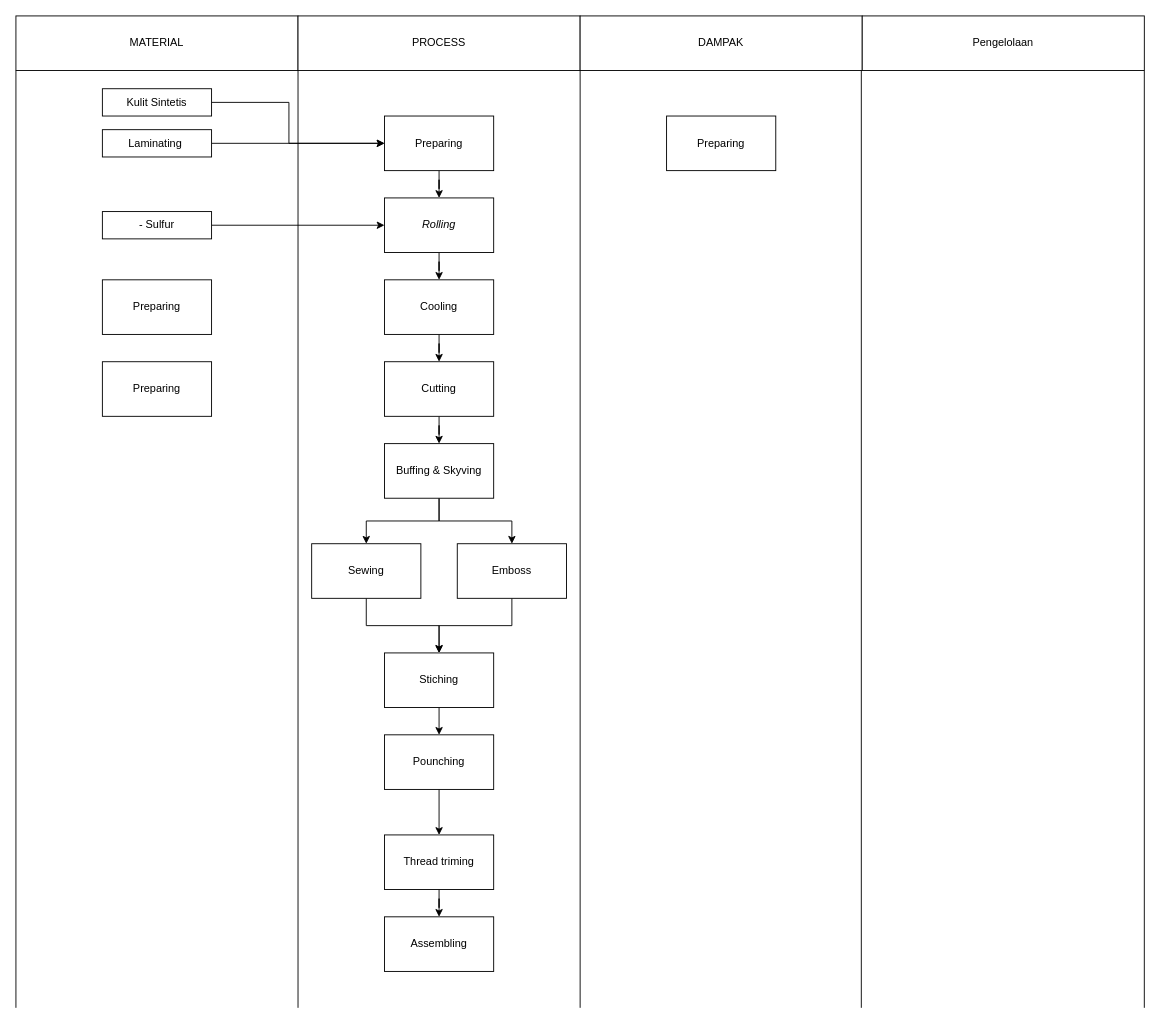
Above: page "Upper Sepatu" (1 of 4) of Diagram Produksi SCI.drawio in famowoiii/api-bangkit (draw.io), before the change. Source tidied: cells renumbered, new cells numbered last; positions are measured from the earlier drawing's top-left corner, leaving out a move shared by most shapes. Both pictures are drawn from the tidied source at 91%, with x=0, y=0 at pixel (15, 15).
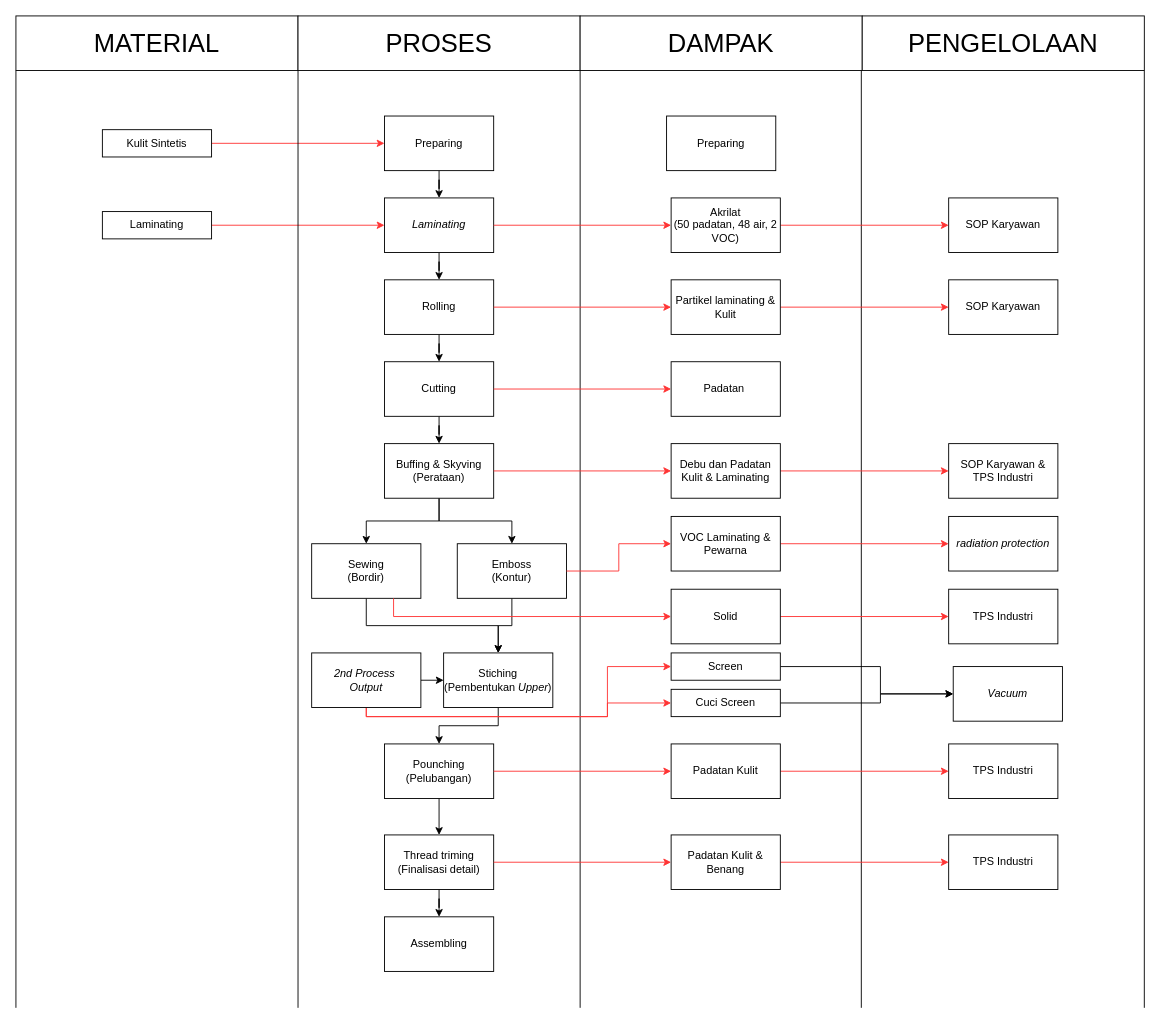
After the change.

Unchanged cells that the change refers to:
```xml
<mxCell id="3" value="Preparing" style="rounded=0;whiteSpace=wrap;html=1;" parent="1" vertex="1">
  <mxGeometry x="405" y="110" width="120" height="60" as="geometry" />
</mxCell>
<mxCell id="10" value="Cutting" style="rounded=0;whiteSpace=wrap;html=1;" parent="1" vertex="1">
  <mxGeometry x="405" y="380" width="120" height="60" as="geometry" />
</mxCell>
```

Diff of the diagram source:
```diff
@@
-    <mxCell id="5" value="&lt;i&gt;Rolling&lt;/i&gt;" style="rounded=0;whiteSpace=wrap;html=1;" parent="1" vertex="1">
+    <mxCell id="5" value="&lt;i&gt;Laminating&lt;/i&gt;" style="rounded=0;whiteSpace=wrap;html=1;" parent="1" vertex="1">
       <mxGeometry x="405" y="200" width="120" height="60" as="geometry" />
     </mxCell>
-    <mxCell id="6" value="MATERIAL" style="rounded=0;whiteSpace=wrap;html=1;" parent="1" vertex="1">
+    <mxCell id="6" value="MATERIAL" style="rounded=0;whiteSpace=wrap;html=1;fontSize=28;" parent="1" vertex="1">
       <mxGeometry width="310" height="60" as="geometry" />
     </mxCell>
@@
-    <mxCell id="8" value="Cooling" style="rounded=0;whiteSpace=wrap;html=1;" parent="1" vertex="1">
+    <mxCell id="8" value="Rolling" style="rounded=0;whiteSpace=wrap;html=1;" parent="1" vertex="1">
       <mxGeometry x="405" y="290" width="120" height="60" as="geometry" />
     </mxCell>
@@
-    <mxCell id="13" value="Buffing &amp;amp; Skyving" style="rounded=0;whiteSpace=wrap;html=1;" parent="1" vertex="1">
+    <mxCell id="13" value="Buffing &amp;amp; Skyving&lt;div&gt;(Perataan)&lt;/div&gt;" style="rounded=0;whiteSpace=wrap;html=1;" parent="1" vertex="1">
       <mxGeometry x="405" y="470" width="120" height="60" as="geometry" />
     </mxCell>
@@
-    <mxCell id="15" value="Sewing" style="rounded=0;whiteSpace=wrap;html=1;" parent="1" vertex="1">
+    <mxCell id="15" value="Sewing&lt;div&gt;(Bordir)&lt;/div&gt;" style="rounded=0;whiteSpace=wrap;html=1;" parent="1" vertex="1">
       <mxGeometry x="325" y="580" width="120" height="60" as="geometry" />
     </mxCell>
@@
-    <mxCell id="17" value="Emboss" style="rounded=0;whiteSpace=wrap;html=1;" parent="1" vertex="1">
+    <mxCell id="17" value="Emboss&lt;div&gt;(Kontur)&lt;/div&gt;" style="rounded=0;whiteSpace=wrap;html=1;" parent="1" vertex="1">
       <mxGeometry x="485" y="580" width="120" height="60" as="geometry" />
     </mxCell>
@@
-    <mxCell id="19" value="Stiching" style="rounded=0;whiteSpace=wrap;html=1;" parent="1" vertex="1">
-      <mxGeometry x="405" y="700" width="120" height="60" as="geometry" />
+    <mxCell id="19" value="Stiching&lt;div&gt;(Pembentukan&amp;nbsp;&lt;i&gt;Upper&lt;/i&gt;)&lt;/div&gt;" style="rounded=0;whiteSpace=wrap;html=1;" parent="1" vertex="1">
+      <mxGeometry x="470" y="700" width="120" height="60" as="geometry" />
     </mxCell>
@@
-    <mxCell id="21" value="Pounching" style="rounded=0;whiteSpace=wrap;html=1;" parent="1" vertex="1">
-      <mxGeometry x="405" y="790" width="120" height="60" as="geometry" />
+    <mxCell id="21" value="Pounching&lt;div&gt;(Pelubangan)&lt;/div&gt;" style="rounded=0;whiteSpace=wrap;html=1;" parent="1" vertex="1">
+      <mxGeometry x="405" y="800" width="120" height="60" as="geometry" />
     </mxCell>
@@
-    <mxCell id="23" value="Thread triming" style="rounded=0;whiteSpace=wrap;html=1;" parent="1" vertex="1">
+    <mxCell id="23" value="Thread triming&lt;div&gt;(Finalisasi detail)&lt;/div&gt;" style="rounded=0;whiteSpace=wrap;html=1;" parent="1" vertex="1">
       <mxGeometry x="405" y="900" width="120" height="60" as="geometry" />
     </mxCell>
@@
-    <mxCell id="25" style="edgeStyle=orthogonalEdgeStyle;rounded=0;jettySize=auto;html=1;exitX=1;exitY=0.5;exitDx=0;exitDy=0;entryX=0;entryY=0.5;entryDx=0;entryDy=0;defaultLabelBackgroundColor=page;" parent="1" edge="1" source="26" target="3">
-      <mxGeometry relative="1" as="geometry">
-        <Array as="points">
-          <mxPoint x="300" y="95" />
-          <mxPoint x="300" y="140" />
-        </Array>
-      </mxGeometry>
+    <mxCell id="25" style="edgeStyle=orthogonalEdgeStyle;rounded=0;jettySize=auto;html=1;exitX=1;exitY=0.5;exitDx=0;exitDy=0;entryX=0;entryY=0.5;entryDx=0;entryDy=0;defaultLabelBackgroundColor=page;strokeColor=#FF3333;" parent="1" edge="1" source="26" target="3">
+      <mxGeometry relative="1" as="geometry" />
     </mxCell>
     <mxCell id="26" value="Kulit Sintetis" style="rounded=0;whiteSpace=wrap;html=1;" parent="1" vertex="1">
-      <mxGeometry x="95" y="80" width="120" height="30" as="geometry" />
+      <mxGeometry x="95" y="125" width="120" height="30" as="geometry" />
     </mxCell>
-    <mxCell id="27" value="PROCESS" style="rounded=0;whiteSpace=wrap;html=1;" parent="1" vertex="1">
+    <mxCell id="27" value="PROSES" style="rounded=0;whiteSpace=wrap;html=1;fontSize=28;" parent="1" vertex="1">
       <mxGeometry x="310" width="310" height="60" as="geometry" />
     </mxCell>
-    <mxCell id="28" value="DAMPAK" style="rounded=0;whiteSpace=wrap;html=1;" parent="1" vertex="1">
+    <mxCell id="28" value="DAMPAK" style="rounded=0;whiteSpace=wrap;html=1;fontSize=28;" parent="1" vertex="1">
       <mxGeometry x="620" width="310" height="60" as="geometry" />
     </mxCell>
-    <mxCell id="29" value="Pengelolaan" style="rounded=0;whiteSpace=wrap;html=1;" parent="1" vertex="1">
+    <mxCell id="29" value="PENGELOLAAN" style="rounded=0;whiteSpace=wrap;html=1;fontSize=28;" parent="1" vertex="1">
       <mxGeometry x="930" width="310" height="60" as="geometry" />
     </mxCell>
-    <mxCell id="30" style="edgeStyle=orthogonalEdgeStyle;rounded=0;jettySize=auto;html=1;exitX=1;exitY=0.5;exitDx=0;exitDy=0;entryX=0;entryY=0.5;entryDx=0;entryDy=0;defaultLabelBackgroundColor=page;" parent="1" edge="1" source="31" target="5">
+    <mxCell id="30" style="edgeStyle=orthogonalEdgeStyle;rounded=0;jettySize=auto;html=1;exitX=1;exitY=0.5;exitDx=0;exitDy=0;entryX=0;entryY=0.5;entryDx=0;entryDy=0;defaultLabelBackgroundColor=page;strokeColor=#FF3333;" parent="1" edge="1" source="31" target="5">
       <mxGeometry relative="1" as="geometry" />
     </mxCell>
-    <mxCell id="31" value="- Sulfur" style="rounded=0;whiteSpace=wrap;html=1;" parent="1" vertex="1">
+    <mxCell id="31" value="Laminating" style="rounded=0;whiteSpace=wrap;html=1;" parent="1" vertex="1">
       <mxGeometry x="95" y="215" width="120" height="30" as="geometry" />
     </mxCell>
-    <mxCell id="32" value="Preparing" style="rounded=0;whiteSpace=wrap;html=1;" parent="1" vertex="1">
-      <mxGeometry x="95" y="290" width="120" height="60" as="geometry" />
-    </mxCell>
-    <mxCell id="33" value="Preparing" style="rounded=0;whiteSpace=wrap;html=1;" parent="1" vertex="1">
-      <mxGeometry x="95" y="380" width="120" height="60" as="geometry" />
-    </mxCell>
@@
-    <mxCell id="40" style="edgeStyle=orthogonalEdgeStyle;rounded=0;jettySize=auto;html=1;exitX=1;exitY=0.5;exitDx=0;exitDy=0;entryX=0;entryY=0.5;entryDx=0;entryDy=0;defaultLabelBackgroundColor=page;" parent="1" edge="1" source="41" target="3">
-      <mxGeometry relative="1" as="geometry">
-        <Array as="points">
-          <mxPoint x="215" y="140" />
-        </Array>
-      </mxGeometry>
-    </mxCell>
-    <mxCell id="41" value="Laminating&amp;nbsp;" style="rounded=0;whiteSpace=wrap;html=1;" parent="1" vertex="1">
-      <mxGeometry x="95" y="125" width="120" height="30" as="geometry" />
-    </mxCell>
+    <mxCell id="42" style="edgeStyle=orthogonalEdgeStyle;rounded=0;jettySize=auto;html=1;exitX=1;exitY=0.5;exitDx=0;exitDy=0;entryX=0;entryY=0.5;entryDx=0;entryDy=0;defaultLabelBackgroundColor=page;strokeColor=#FF3333;" parent="1" edge="1" source="5" target="51">
+      <mxGeometry relative="1" as="geometry" />
+    </mxCell>
+    <mxCell id="43" style="edgeStyle=orthogonalEdgeStyle;rounded=0;jettySize=auto;html=1;entryX=0;entryY=0.5;entryDx=0;entryDy=0;defaultLabelBackgroundColor=page;strokeColor=#FF3333;" parent="1" edge="1" source="8" target="53">
+      <mxGeometry relative="1" as="geometry" />
+    </mxCell>
+    <mxCell id="44" style="edgeStyle=orthogonalEdgeStyle;rounded=0;jettySize=auto;html=1;exitX=1;exitY=0.5;exitDx=0;exitDy=0;entryX=0;entryY=0.5;entryDx=0;entryDy=0;defaultLabelBackgroundColor=page;strokeColor=#FF3333;" parent="1" edge="1" source="10" target="54">
+      <mxGeometry relative="1" as="geometry" />
+    </mxCell>
+    <mxCell id="45" style="edgeStyle=orthogonalEdgeStyle;rounded=0;jettySize=auto;html=1;exitX=1;exitY=0.5;exitDx=0;exitDy=0;entryX=0;entryY=0.5;entryDx=0;entryDy=0;defaultLabelBackgroundColor=page;strokeColor=#FF3333;" parent="1" edge="1" source="13" target="56">
+      <mxGeometry relative="1" as="geometry" />
+    </mxCell>
+    <mxCell id="46" style="edgeStyle=orthogonalEdgeStyle;rounded=0;jettySize=auto;html=1;exitX=0.75;exitY=1;exitDx=0;exitDy=0;entryX=0;entryY=0.5;entryDx=0;entryDy=0;defaultLabelBackgroundColor=page;strokeColor=#FF3333;" parent="1" edge="1" source="15" target="63">
+      <mxGeometry relative="1" as="geometry" />
+    </mxCell>
+    <mxCell id="47" style="edgeStyle=orthogonalEdgeStyle;rounded=0;jettySize=auto;html=1;exitX=1;exitY=0.5;exitDx=0;exitDy=0;entryX=0;entryY=0.5;entryDx=0;entryDy=0;defaultLabelBackgroundColor=page;strokeColor=#FF3333;" parent="1" edge="1" source="17" target="61">
+      <mxGeometry relative="1" as="geometry" />
+    </mxCell>
+    <mxCell id="48" style="edgeStyle=orthogonalEdgeStyle;rounded=0;jettySize=auto;html=1;exitX=1;exitY=0.5;exitDx=0;exitDy=0;entryX=0;entryY=0.5;entryDx=0;entryDy=0;defaultLabelBackgroundColor=page;strokeColor=#FF3333;" parent="1" edge="1" source="21" target="67">
+      <mxGeometry relative="1" as="geometry" />
+    </mxCell>
+    <mxCell id="49" style="edgeStyle=orthogonalEdgeStyle;rounded=0;jettySize=auto;html=1;exitX=1;exitY=0.5;exitDx=0;exitDy=0;entryX=0;entryY=0.5;entryDx=0;entryDy=0;defaultLabelBackgroundColor=page;strokeColor=#FF3333;" parent="1" edge="1" source="23" target="69">
+      <mxGeometry relative="1" as="geometry" />
+    </mxCell>
+    <mxCell id="50" style="edgeStyle=orthogonalEdgeStyle;rounded=0;jettySize=auto;html=1;exitX=1;exitY=0.5;exitDx=0;exitDy=0;entryX=0;entryY=0.5;entryDx=0;entryDy=0;defaultLabelBackgroundColor=page;strokeColor=#FF3333;" parent="1" edge="1" source="51" target="57">
+      <mxGeometry relative="1" as="geometry" />
+    </mxCell>
+    <mxCell id="51" value="Akrilat&lt;div&gt;(50 padatan, 48 air, 2 VOC)&lt;/div&gt;" style="rounded=0;whiteSpace=wrap;html=1;" parent="1" vertex="1">
+      <mxGeometry x="720" y="200" width="120" height="60" as="geometry" />
+    </mxCell>
+    <mxCell id="52" style="edgeStyle=orthogonalEdgeStyle;rounded=0;jettySize=auto;html=1;exitX=1;exitY=0.5;exitDx=0;exitDy=0;entryX=0;entryY=0.5;entryDx=0;entryDy=0;defaultLabelBackgroundColor=page;strokeColor=#FF3333;" parent="1" edge="1" source="53" target="58">
+      <mxGeometry relative="1" as="geometry" />
+    </mxCell>
+    <mxCell id="53" value="Partikel laminating &amp;amp; Kulit" style="rounded=0;whiteSpace=wrap;html=1;" parent="1" vertex="1">
+      <mxGeometry x="720" y="290" width="120" height="60" as="geometry" />
+    </mxCell>
+    <mxCell id="54" value="Padatan&amp;nbsp;" style="rounded=0;whiteSpace=wrap;html=1;" parent="1" vertex="1">
+      <mxGeometry x="720" y="380" width="120" height="60" as="geometry" />
+    </mxCell>
+    <mxCell id="55" style="edgeStyle=orthogonalEdgeStyle;rounded=0;jettySize=auto;html=1;exitX=1;exitY=0.5;exitDx=0;exitDy=0;entryX=0;entryY=0.5;entryDx=0;entryDy=0;defaultLabelBackgroundColor=page;strokeColor=#FF3333;" parent="1" edge="1" source="56" target="59">
+      <mxGeometry relative="1" as="geometry" />
+    </mxCell>
+    <mxCell id="56" value="Debu dan Padatan&lt;div&gt;Kulit &amp;amp; Laminating&lt;/div&gt;" style="rounded=0;whiteSpace=wrap;html=1;" parent="1" vertex="1">
+      <mxGeometry x="720" y="470" width="120" height="60" as="geometry" />
+    </mxCell>
+    <mxCell id="57" value="SOP Karyawan" style="rounded=0;whiteSpace=wrap;html=1;" parent="1" vertex="1">
+      <mxGeometry x="1025" y="200" width="120" height="60" as="geometry" />
+    </mxCell>
+    <mxCell id="58" value="SOP Karyawan" style="rounded=0;whiteSpace=wrap;html=1;" parent="1" vertex="1">
+      <mxGeometry x="1025" y="290" width="120" height="60" as="geometry" />
+    </mxCell>
+    <mxCell id="59" value="SOP Karyawan &amp;amp; TPS Industri" style="rounded=0;whiteSpace=wrap;html=1;" parent="1" vertex="1">
+      <mxGeometry x="1025" y="470" width="120" height="60" as="geometry" />
+    </mxCell>
+    <mxCell id="60" style="edgeStyle=orthogonalEdgeStyle;rounded=0;jettySize=auto;html=1;exitX=1;exitY=0.5;exitDx=0;exitDy=0;entryX=0;entryY=0.5;entryDx=0;entryDy=0;defaultLabelBackgroundColor=page;strokeColor=#FF3333;" parent="1" edge="1" source="61" target="64">
+      <mxGeometry relative="1" as="geometry" />
+    </mxCell>
+    <mxCell id="61" value="VOC Laminating &amp;amp; Pewarna" style="rounded=0;whiteSpace=wrap;html=1;" parent="1" vertex="1">
+      <mxGeometry x="720" y="550" width="120" height="60" as="geometry" />
+    </mxCell>
+    <mxCell id="62" style="edgeStyle=orthogonalEdgeStyle;rounded=0;jettySize=auto;html=1;exitX=1;exitY=0.5;exitDx=0;exitDy=0;entryX=0;entryY=0.5;entryDx=0;entryDy=0;defaultLabelBackgroundColor=page;strokeColor=#FF3333;" parent="1" edge="1" source="63" target="65">
+      <mxGeometry relative="1" as="geometry" />
+    </mxCell>
+    <mxCell id="63" value="Solid" style="rounded=0;whiteSpace=wrap;html=1;" parent="1" vertex="1">
+      <mxGeometry x="720" y="630" width="120" height="60" as="geometry" />
+    </mxCell>
+    <mxCell id="64" value="&lt;i&gt;radiation protection&lt;/i&gt;" style="rounded=0;whiteSpace=wrap;html=1;" parent="1" vertex="1">
+      <mxGeometry x="1025" y="550" width="120" height="60" as="geometry" />
+    </mxCell>
+    <mxCell id="65" value="TPS Industri" style="rounded=0;whiteSpace=wrap;html=1;" parent="1" vertex="1">
+      <mxGeometry x="1025" y="630" width="120" height="60" as="geometry" />
+    </mxCell>
+    <mxCell id="66" style="edgeStyle=orthogonalEdgeStyle;rounded=0;jettySize=auto;html=1;exitX=1;exitY=0.5;exitDx=0;exitDy=0;entryX=0;entryY=0.5;entryDx=0;entryDy=0;defaultLabelBackgroundColor=page;strokeColor=#FF3333;" parent="1" edge="1" source="67" target="70">
+      <mxGeometry relative="1" as="geometry" />
+    </mxCell>
+    <mxCell id="67" value="Padatan Kulit" style="rounded=0;whiteSpace=wrap;html=1;" parent="1" vertex="1">
+      <mxGeometry x="720" y="800" width="120" height="60" as="geometry" />
+    </mxCell>
+    <mxCell id="68" style="edgeStyle=orthogonalEdgeStyle;rounded=0;jettySize=auto;html=1;exitX=1;exitY=0.5;exitDx=0;exitDy=0;entryX=0;entryY=0.5;entryDx=0;entryDy=0;defaultLabelBackgroundColor=page;strokeColor=#FF3333;" parent="1" edge="1" source="69" target="71">
+      <mxGeometry relative="1" as="geometry" />
+    </mxCell>
+    <mxCell id="69" value="Padatan Kulit &amp;amp; Benang" style="rounded=0;whiteSpace=wrap;html=1;" parent="1" vertex="1">
+      <mxGeometry x="720" y="900" width="120" height="60" as="geometry" />
+    </mxCell>
+    <mxCell id="70" value="TPS Industri" style="rounded=0;whiteSpace=wrap;html=1;" parent="1" vertex="1">
+      <mxGeometry x="1025" y="800" width="120" height="60" as="geometry" />
+    </mxCell>
+    <mxCell id="71" value="TPS Industri" style="rounded=0;whiteSpace=wrap;html=1;" parent="1" vertex="1">
+      <mxGeometry x="1025" y="900" width="120" height="60" as="geometry" />
+    </mxCell>
+    <mxCell id="72" style="edgeStyle=orthogonalEdgeStyle;rounded=0;jettySize=auto;html=1;exitX=1;exitY=0.5;exitDx=0;exitDy=0;entryX=0;entryY=0.5;entryDx=0;entryDy=0;defaultLabelBackgroundColor=page;" parent="1" edge="1" source="75" target="19">
+      <mxGeometry relative="1" as="geometry" />
+    </mxCell>
+    <mxCell id="73" style="edgeStyle=orthogonalEdgeStyle;rounded=0;jettySize=auto;html=1;exitX=0.5;exitY=1;exitDx=0;exitDy=0;entryX=0;entryY=0.5;entryDx=0;entryDy=0;defaultLabelBackgroundColor=page;strokeColor=#FF3333;" parent="1" edge="1" source="75" target="77">
+      <mxGeometry relative="1" as="geometry">
+        <Array as="points">
+          <mxPoint x="385" y="770" />
+          <mxPoint x="650" y="770" />
+          <mxPoint x="650" y="715" />
+        </Array>
+      </mxGeometry>
+    </mxCell>
+    <mxCell id="74" style="edgeStyle=orthogonalEdgeStyle;rounded=0;jettySize=auto;html=1;exitX=0.5;exitY=1;exitDx=0;exitDy=0;entryX=0;entryY=0.5;entryDx=0;entryDy=0;defaultLabelBackgroundColor=page;strokeColor=#FF3333;" parent="1" edge="1" source="75" target="79">
+      <mxGeometry relative="1" as="geometry">
+        <Array as="points">
+          <mxPoint x="385" y="770" />
+          <mxPoint x="650" y="770" />
+          <mxPoint x="650" y="755" />
+        </Array>
+      </mxGeometry>
+    </mxCell>
+    <mxCell id="75" value="&lt;i&gt;2nd Process&amp;nbsp;&lt;/i&gt;&lt;div&gt;&lt;i&gt;Output&lt;/i&gt;&lt;/div&gt;" style="rounded=0;whiteSpace=wrap;html=1;" parent="1" vertex="1">
+      <mxGeometry x="325" y="700" width="120" height="60" as="geometry" />
+    </mxCell>
+    <mxCell id="76" style="edgeStyle=orthogonalEdgeStyle;rounded=0;jettySize=auto;html=1;exitX=1;exitY=0.5;exitDx=0;exitDy=0;entryX=0;entryY=0.5;entryDx=0;entryDy=0;defaultLabelBackgroundColor=page;" parent="1" edge="1" source="77" target="80">
+      <mxGeometry relative="1" as="geometry">
+        <Array as="points">
+          <mxPoint x="950" y="715" />
+          <mxPoint x="950" y="745" />
+        </Array>
+      </mxGeometry>
+    </mxCell>
+    <mxCell id="77" value="Screen" style="rounded=0;whiteSpace=wrap;html=1;" parent="1" vertex="1">
+      <mxGeometry x="720" y="700" width="120" height="30" as="geometry" />
+    </mxCell>
+    <mxCell id="78" style="edgeStyle=orthogonalEdgeStyle;rounded=0;jettySize=auto;html=1;exitX=1;exitY=0.5;exitDx=0;exitDy=0;entryX=0;entryY=0.5;entryDx=0;entryDy=0;defaultLabelBackgroundColor=page;" parent="1" edge="1" source="79" target="80">
+      <mxGeometry relative="1" as="geometry">
+        <Array as="points">
+          <mxPoint x="950" y="755" />
+          <mxPoint x="950" y="745" />
+        </Array>
+      </mxGeometry>
+    </mxCell>
+    <mxCell id="79" value="Cuci Screen" style="rounded=0;whiteSpace=wrap;html=1;" parent="1" vertex="1">
+      <mxGeometry x="720" y="740" width="120" height="30" as="geometry" />
+    </mxCell>
+    <mxCell id="80" value="&lt;i&gt;Vacuum&lt;/i&gt;" style="rounded=0;whiteSpace=wrap;html=1;" parent="1" vertex="1">
+      <mxGeometry x="1030" y="715" width="120" height="60" as="geometry" />
+    </mxCell>
```
